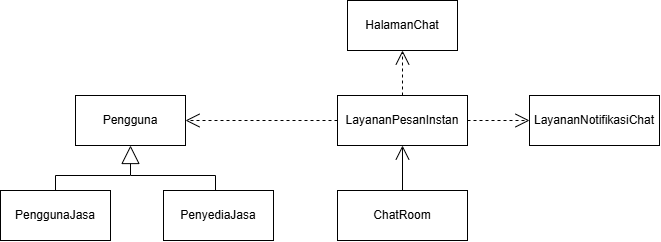
EdwTorch/IF2150-RPL-K01-G03 keeps this draw.io diagram as docs/M4/assets/diagram/UC08.png. Above is the earlier version. Source tidied: cells renumbered, new cells last; positions are measured from the earlier drawing's top-left corner, leaving out a move shared by most shapes.
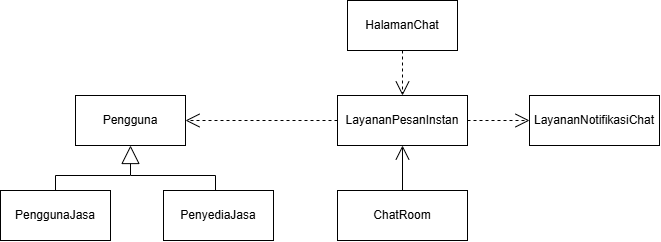
After the change.

Commit message:
docs: revisi diagram uc08

Diff of the diagram source:
```diff
@@ -57,7 +57,7 @@
     <mxCell id="15" style="endArrow=open;endFill=1;endSize=12;html=1;rounded=0;exitX=0;exitY=0.5;exitDx=0;exitDy=0;entryX=1;entryY=0.5;entryDx=0;entryDy=0;dashed=1;" parent="1" edge="1" source="10" target="2">
       <mxGeometry relative="1" as="geometry" />
     </mxCell>
-    <mxCell id="16" style="endArrow=open;endSize=12;dashed=1;html=1;rounded=0;exitX=0.5;exitY=0;exitDx=0;exitDy=0;entryX=0.5;entryY=1;entryDx=0;entryDy=0;" parent="1" edge="1" source="10" target="9">
+    <mxCell id="16" style="endArrow=open;endSize=12;dashed=1;html=1;rounded=0;exitX=0.5;exitY=1;exitDx=0;exitDy=0;entryX=0.5;entryY=0;entryDx=0;entryDy=0;" parent="1" edge="1" source="9" target="10">
       <mxGeometry relative="1" as="geometry" />
     </mxCell>
   </root>
```
